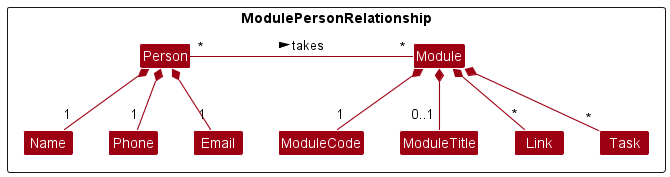
This is docs/images/ModulePersonObjectOrientedDomainModel.png from nus-cs2103-AY2223S1/tp, a PlantUML export, as it was before one commit. The source it was exported from:
```plantuml
@startuml
!include style.puml
skinparam arrowThickness 1.1
skinparam arrowColor MODEL_COLOR
skinparam classBackgroundColor MODEL_COLOR

Package ModulePersonRelationship <<Rectangle>>{
Class Module
Class Person

Class ModuleCode
Class ModuleTitle
Class Link
Class Task

Class Name
Class Phone
Class Email
}

Module "*" -left- "*" Person :< takes

Module *-- "1" ModuleCode
Module *-- "0..1" ModuleTitle
Module *-- "*" Link
Module *-- "*" Task

Person *-- "1" Name
Person *-- "1" Phone
Person *-- "1" Email

Name -[hidden]right- Phone
Phone -[hidden]right- Email

ModuleCode -[hidden]right- ModuleTitle
ModuleTitle -[hidden]right- Link
Link -[hidden]right- Task
@enduml
```
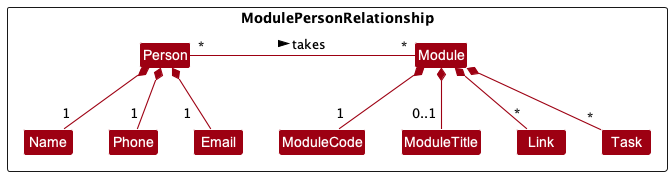
After the commit.

What changed in the source:
```diff
@@ -27,7 +27,7 @@
 
 Person *-- "1" Name
 Person *-- "1" Phone
-Person *-- "1" Email
+Person *-- "1   " Email
 
 Name -[hidden]right- Phone
 Phone -[hidden]right- Email
```
